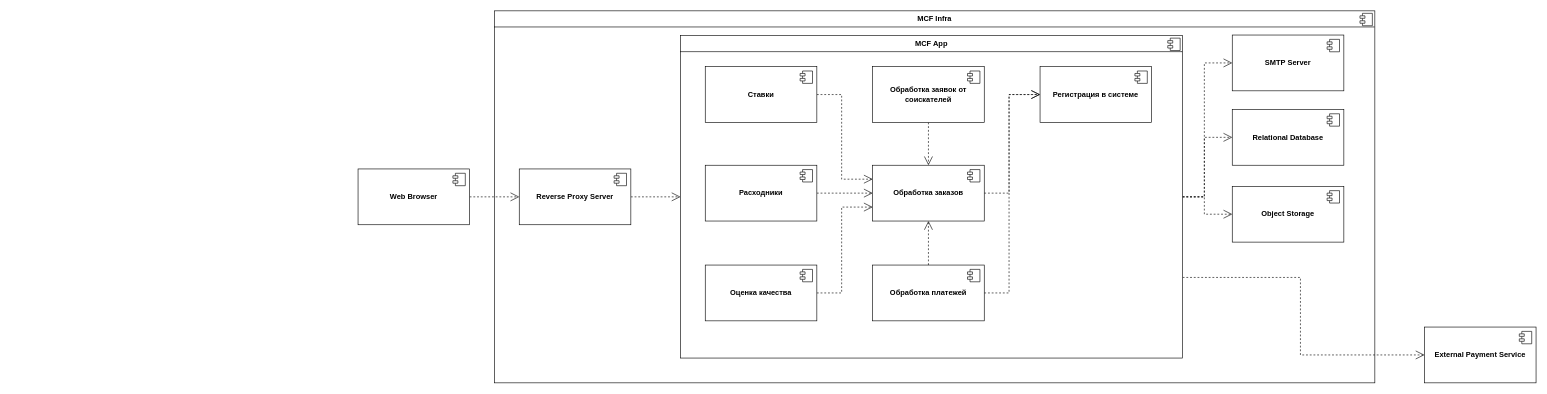
Before: hw2/components/components.drawio in mikhaildruzhinin/tough-dev-school-system-analysis, a draw.io diagram. Source tidied: cells renumbered, new cells numbered last; positions are measured from the earlier drawing's top-left corner, leaving out a move shared by most shapes. Both pictures are drawn from the tidied source at 62%, with x=0, y=0 at pixel (358, 11).
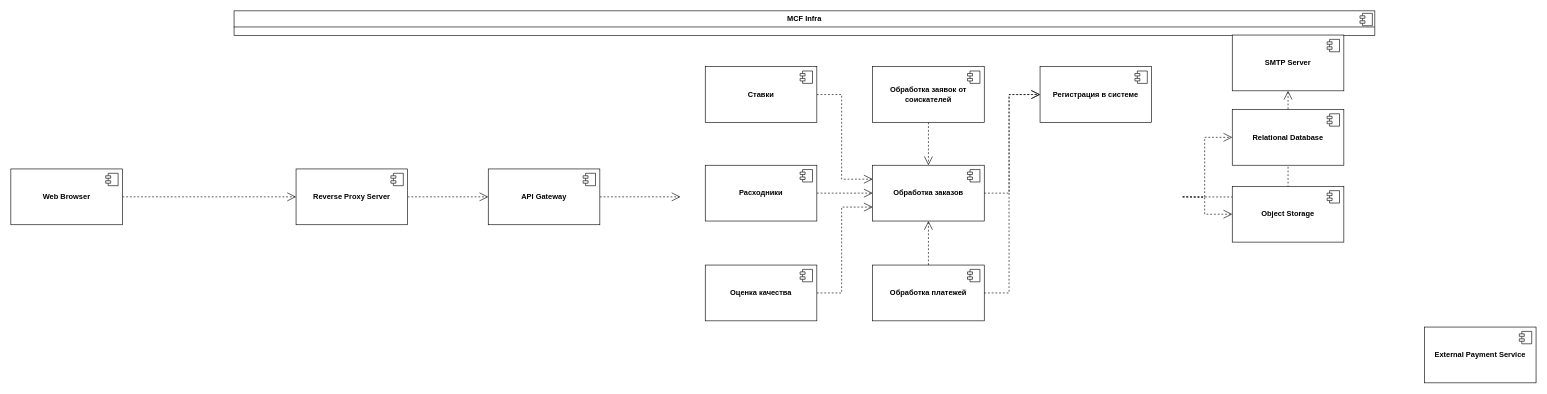
The same diagram, later.

Unchanged cells that the change refers to:
```xml
<mxCell id="28" value="&lt;b&gt;Relational Database&lt;/b&gt;" style="html=1;whiteSpace=wrap;" parent="1" vertex="1">
  <mxGeometry x="1410" y="159" width="180" height="90" as="geometry" />
</mxCell>
<mxCell id="30" value="&lt;b&gt;SMTP Server&lt;/b&gt;" style="html=1;whiteSpace=wrap;" parent="1" vertex="1">
  <mxGeometry x="1410" y="39" width="180" height="90" as="geometry" />
</mxCell>
<mxCell id="38" value="&lt;b&gt;External Payment Service&lt;/b&gt;" style="html=1;whiteSpace=wrap;" parent="1" vertex="1">
  <mxGeometry x="1720" y="510" width="180" height="90" as="geometry" />
</mxCell>
<mxCell id="40" value="&lt;b&gt;Object Storage&lt;/b&gt;" style="html=1;whiteSpace=wrap;" parent="1" vertex="1">
  <mxGeometry x="1410" y="283" width="180" height="90" as="geometry" />
</mxCell>
```

Change to the diagram source:
```diff
@@
     <mxCell id="2" value="&lt;p style=&quot;margin:0px;margin-top:6px;text-align:center;&quot;&gt;&lt;b&gt;MCF Infra&lt;/b&gt;&lt;/p&gt;&lt;hr size=&quot;1&quot; style=&quot;border-style:solid;&quot;&gt;&lt;p style=&quot;margin:0px;margin-left:8px;&quot;&gt;&lt;br&gt;&lt;/p&gt;" style="align=left;overflow=fill;html=1;whiteSpace=wrap;" parent="1" vertex="1">
-      <mxGeometry x="220" width="1420" height="600" as="geometry" />
+      <mxGeometry x="-200" width="1840" height="40" as="geometry" />
     </mxCell>
@@
-    <mxCell id="4" style="edgeStyle=orthogonalEdgeStyle;rounded=0;jettySize=auto;html=1;exitX=1;exitY=0.5;exitDx=0;exitDy=0;dashed=1;strokeColor=default;align=center;verticalAlign=middle;fontFamily=Helvetica;fontSize=11;fontColor=default;labelBackgroundColor=default;endArrow=open;endSize=12;" parent="1" edge="1" source="7" target="30">
-      <mxGeometry relative="1" as="geometry" />
+    <mxCell id="4" style="edgeStyle=orthogonalEdgeStyle;rounded=0;jettySize=auto;html=1;exitX=1;exitY=0.5;exitDx=0;exitDy=0;dashed=1;strokeColor=default;align=center;verticalAlign=middle;fontFamily=Helvetica;fontSize=11;fontColor=default;labelBackgroundColor=default;endArrow=open;endSize=12;" parent="1" edge="1" target="30">
+      <mxGeometry relative="1" as="geometry">
+        <mxPoint x="1330" y="300" as="sourcePoint" />
+      </mxGeometry>
     </mxCell>
-    <mxCell id="5" style="edgeStyle=orthogonalEdgeStyle;rounded=0;jettySize=auto;html=1;entryX=0;entryY=0.5;entryDx=0;entryDy=0;dashed=1;strokeColor=default;align=center;verticalAlign=middle;fontFamily=Helvetica;fontSize=11;fontColor=default;labelBackgroundColor=default;endArrow=open;endSize=12;" parent="1" edge="1" source="7" target="28">
-      <mxGeometry relative="1" as="geometry" />
+    <mxCell id="5" style="edgeStyle=orthogonalEdgeStyle;rounded=0;jettySize=auto;html=1;entryX=0;entryY=0.5;entryDx=0;entryDy=0;dashed=1;strokeColor=default;align=center;verticalAlign=middle;fontFamily=Helvetica;fontSize=11;fontColor=default;labelBackgroundColor=default;endArrow=open;endSize=12;" parent="1" edge="1" target="28">
+      <mxGeometry relative="1" as="geometry">
+        <mxPoint x="1330" y="300" as="sourcePoint" />
+      </mxGeometry>
     </mxCell>
-    <mxCell id="6" style="edgeStyle=orthogonalEdgeStyle;rounded=0;jettySize=auto;html=1;entryX=0;entryY=0.5;entryDx=0;entryDy=0;exitX=1;exitY=0.75;exitDx=0;exitDy=0;dashed=1;strokeColor=default;align=center;verticalAlign=middle;fontFamily=Helvetica;fontSize=11;fontColor=default;labelBackgroundColor=default;endArrow=open;endSize=12;" parent="1" edge="1" source="7" target="38">
-      <mxGeometry relative="1" as="geometry" />
-    </mxCell>
-    <mxCell id="7" value="&lt;p style=&quot;margin:0px;margin-top:6px;text-align:center;&quot;&gt;&lt;b&gt;MCF App&lt;/b&gt;&lt;/p&gt;&lt;hr size=&quot;1&quot; style=&quot;border-style:solid;&quot;&gt;&lt;p style=&quot;margin:0px;margin-left:8px;&quot;&gt;&lt;br&gt;&lt;/p&gt;" style="align=left;overflow=fill;html=1;whiteSpace=wrap;" parent="1" vertex="1">
-      <mxGeometry x="520" y="40" width="810" height="520" as="geometry" />
-    </mxCell>
-    <mxCell id="8" style="shape=component;jettyWidth=8;jettyHeight=4;" parent="7" vertex="1">
-      <mxGeometry x="1" width="20" height="20" relative="1" as="geometry">
-        <mxPoint x="-24" y="4" as="offset" />
-      </mxGeometry>
-    </mxCell>
@@
-    <mxCell id="32" style="edgeStyle=orthogonalEdgeStyle;rounded=0;jettySize=auto;html=1;entryX=0;entryY=0.5;entryDx=0;entryDy=0;dashed=1;strokeColor=default;align=center;verticalAlign=middle;fontFamily=Helvetica;fontSize=11;fontColor=default;labelBackgroundColor=default;endArrow=open;endSize=12;" parent="1" edge="1" source="33" target="7">
-      <mxGeometry relative="1" as="geometry" />
-    </mxCell>
+    <mxCell id="45" style="edgeStyle=orthogonalEdgeStyle;rounded=0;jettySize=auto;html=1;dashed=1;strokeColor=default;align=center;verticalAlign=middle;fontFamily=Helvetica;fontSize=11;fontColor=default;labelBackgroundColor=default;endArrow=open;endSize=12;" parent="1" edge="1" source="33" target="47">
+      <mxGeometry relative="1" as="geometry" />
+    </mxCell>
     <mxCell id="33" value="&lt;b&gt;Reverse Proxy Server&lt;/b&gt;" style="html=1;whiteSpace=wrap;" parent="1" vertex="1">
-      <mxGeometry x="260" y="255" width="180" height="90" as="geometry" />
+      <mxGeometry x="-100" y="255" width="180" height="90" as="geometry" />
     </mxCell>
@@
     <mxCell id="36" value="&lt;b&gt;Web Browser&lt;/b&gt;" style="html=1;whiteSpace=wrap;" parent="1" vertex="1">
-      <mxGeometry y="255" width="180" height="90" as="geometry" />
+      <mxGeometry x="-560" y="255" width="180" height="90" as="geometry" />
     </mxCell>
@@
-    <mxCell id="42" style="edgeStyle=orthogonalEdgeStyle;rounded=0;jettySize=auto;html=1;dashed=1;strokeColor=default;align=center;verticalAlign=middle;fontFamily=Helvetica;fontSize=11;fontColor=default;labelBackgroundColor=default;endArrow=open;endSize=12;exitX=1;exitY=0.5;exitDx=0;exitDy=0;entryX=0;entryY=0.5;entryDx=0;entryDy=0;" parent="1" edge="1" source="7" target="40">
-      <mxGeometry relative="1" as="geometry" />
+    <mxCell id="42" style="edgeStyle=orthogonalEdgeStyle;rounded=0;jettySize=auto;html=1;dashed=1;strokeColor=default;align=center;verticalAlign=middle;fontFamily=Helvetica;fontSize=11;fontColor=default;labelBackgroundColor=default;endArrow=open;endSize=12;exitX=1;exitY=0.5;exitDx=0;exitDy=0;entryX=0;entryY=0.5;entryDx=0;entryDy=0;" parent="1" edge="1" target="40">
+      <mxGeometry relative="1" as="geometry">
+        <mxPoint x="1330" y="300" as="sourcePoint" />
+      </mxGeometry>
     </mxCell>
@@
+    <mxCell id="46" style="edgeStyle=orthogonalEdgeStyle;rounded=0;jettySize=auto;html=1;entryX=0;entryY=0.5;entryDx=0;entryDy=0;dashed=1;strokeColor=default;align=center;verticalAlign=middle;fontFamily=Helvetica;fontSize=11;fontColor=default;labelBackgroundColor=default;endArrow=open;endSize=12;" parent="1" edge="1" source="47">
+      <mxGeometry relative="1" as="geometry">
+        <mxPoint x="520" y="300" as="targetPoint" />
+      </mxGeometry>
+    </mxCell>
+    <mxCell id="47" value="&lt;b&gt;API Gateway&lt;/b&gt;" style="html=1;whiteSpace=wrap;" parent="1" vertex="1">
+      <mxGeometry x="210" y="255" width="180" height="90" as="geometry" />
+    </mxCell>
+    <mxCell id="48" style="shape=module;jettyWidth=8;jettyHeight=4;" parent="47" vertex="1">
+      <mxGeometry x="1" width="20" height="20" relative="1" as="geometry">
+        <mxPoint x="-27" y="7" as="offset" />
+      </mxGeometry>
+    </mxCell>
```
